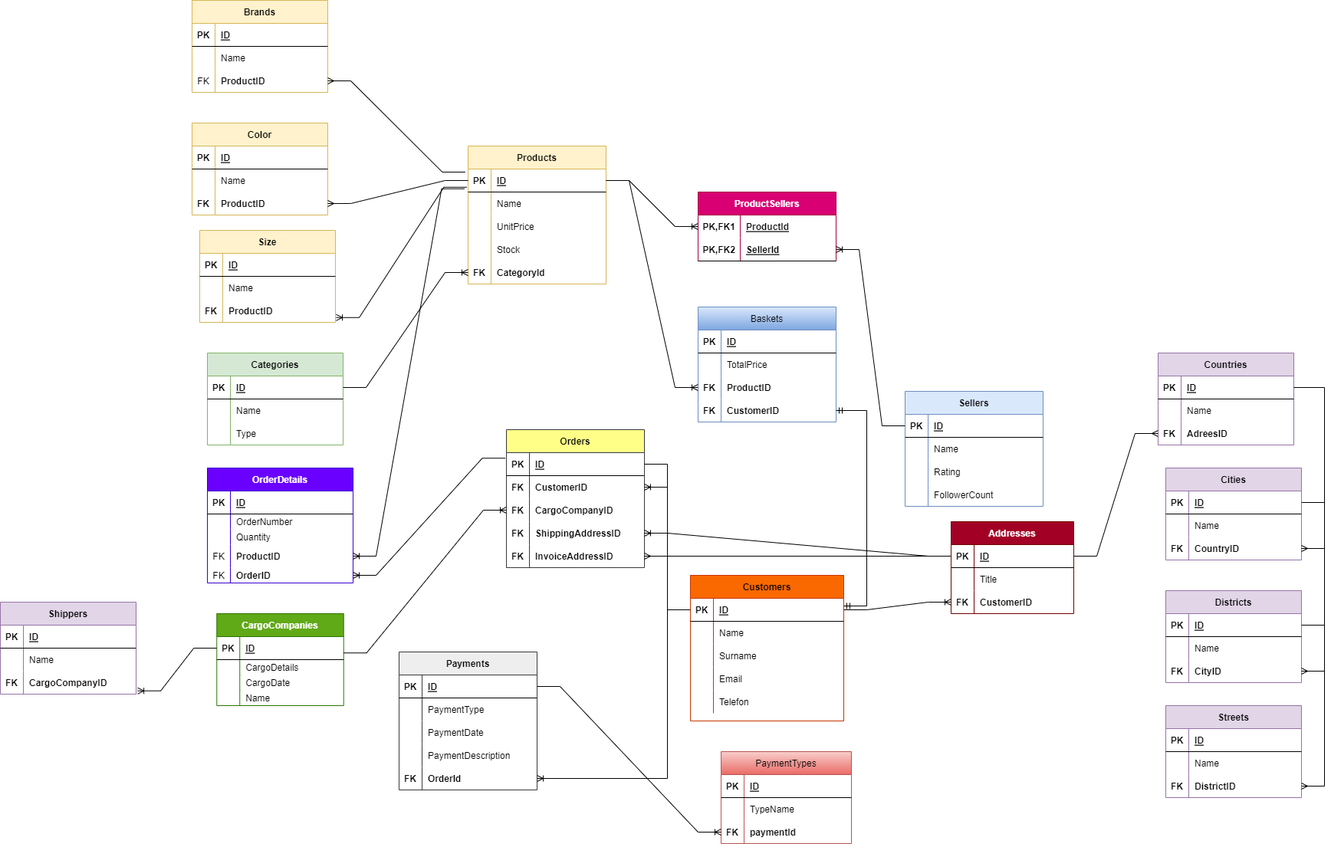
Earlier version of the draw.io export OnekDiagram.drawio.png (cigdemtok/AkademiEgitimlerim). Source tidied: cells renumbered, new cells last; positions are measured from the earlier drawing's top-left corner, leaving out a move shared by most shapes.
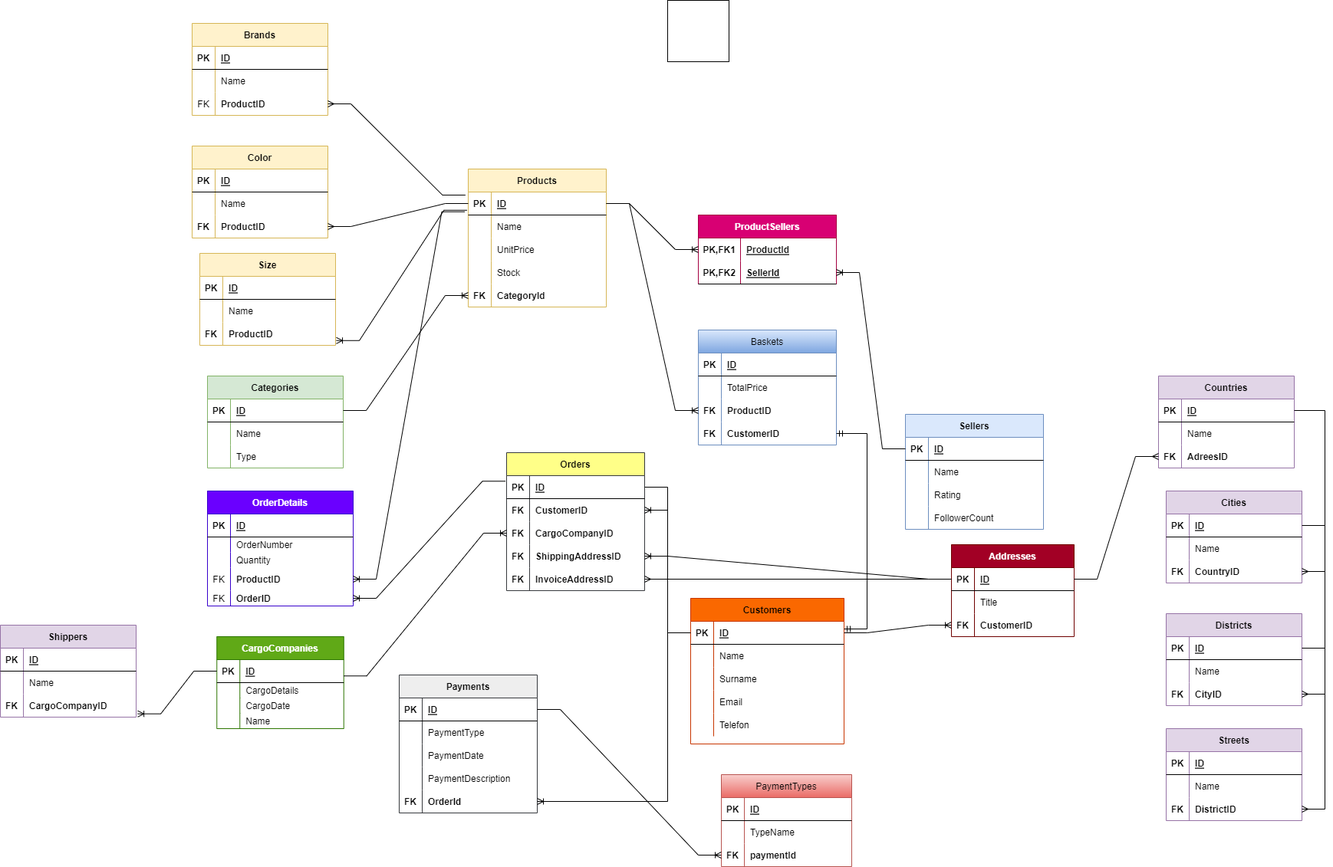
After the commit.

The edit, as a diff of the source:
```diff
@@ -778,5 +778,8 @@
     <mxCell id="259" style="edgeStyle=entityRelationEdgeStyle;fontSize=12;html=1;endArrow=ERmany;rounded=0;entryX=1;entryY=0.5;entryDx=0;entryDy=0;exitX=0;exitY=0.5;exitDx=0;exitDy=0;" parent="1" edge="1" source="45" target="145">
       <mxGeometry relative="1" as="geometry" />
     </mxCell>
+    <mxCell id="260" style="whiteSpace=wrap;html=1;" parent="1" vertex="1">
+      <mxGeometry x="870" y="-30" width="80" height="80" as="geometry" />
+    </mxCell>
   </root>
 </mxGraphModel>
```
